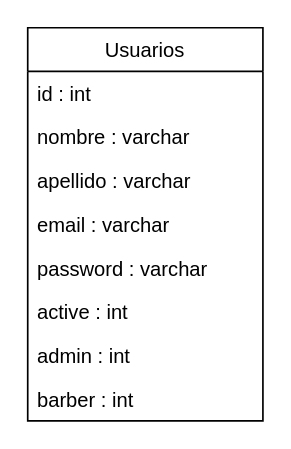
Earlier version of the draw.io diagram UML/db.drawio (SebastianDlaCruz/BarberApp). Source tidied: cells renumbered, new cells numbered last; positions are measured from the earlier drawing's top-left corner, leaving out a move shared by most shapes. Both pictures are drawn from the tidied source at 168%, with x=0, y=0 at pixel (27, 27).
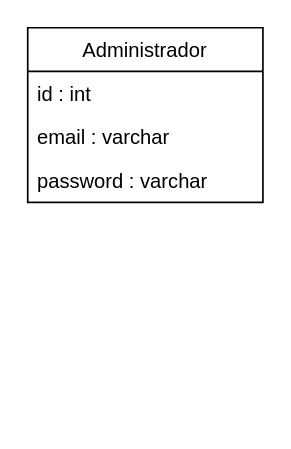
Above is the later version.

Commit message:
(edit)Tabla Usuarios

Diff of the diagram source:
```diff
@@
 <mxGraphModel>
   <root>
     <mxCell id="0" />
     <mxCell id="1" parent="0" />
-    <mxCell id="2" value="Usuarios" style="swimlane;fontStyle=0;horizontal=1;startSize=26;fillColor=none;" parent="1" vertex="1">
-      <mxGeometry width="140" height="234" as="geometry" />
+    <mxCell id="2" value="Administrador" style="swimlane;fontStyle=0;horizontal=1;startSize=26;fillColor=none;" parent="1" vertex="1">
+      <mxGeometry width="140" height="104" as="geometry" />
     </mxCell>
     <mxCell id="3" value="id : int" style="text;strokeColor=none;fillColor=none;align=left;verticalAlign=top;spacingLeft=4;spacingRight=4;overflow=hidden;" parent="2" vertex="1">
       <mxGeometry y="26" width="140" height="26" as="geometry" />
     </mxCell>
-    <mxCell id="4" value="nombre : varchar" style="text;strokeColor=none;fillColor=none;align=left;verticalAlign=top;spacingLeft=4;spacingRight=4;overflow=hidden;" parent="2" vertex="1">
-      <mxGeometry y="52" width="140" height="26" as="geometry" />
-    </mxCell>
-    <mxCell id="5" value="apellido : varchar" style="text;strokeColor=none;fillColor=none;align=left;verticalAlign=top;spacingLeft=4;spacingRight=4;overflow=hidden;" parent="2" vertex="1">
-      <mxGeometry y="78" width="140" height="26" as="geometry" />
-    </mxCell>
     <mxCell id="6" value="email : varchar" style="text;strokeColor=none;fillColor=none;align=left;verticalAlign=top;spacingLeft=4;spacingRight=4;overflow=hidden;" parent="2" vertex="1">
-      <mxGeometry y="104" width="140" height="26" as="geometry" />
+      <mxGeometry y="52" width="140" height="26" as="geometry" />
     </mxCell>
     <mxCell id="7" value="password : varchar" style="text;strokeColor=none;fillColor=none;align=left;verticalAlign=top;spacingLeft=4;spacingRight=4;overflow=hidden;" parent="2" vertex="1">
-      <mxGeometry y="130" width="140" height="26" as="geometry" />
+      <mxGeometry y="78" width="140" height="26" as="geometry" />
     </mxCell>
-    <mxCell id="8" value="active : int" style="text;strokeColor=none;fillColor=none;align=left;verticalAlign=top;spacingLeft=4;spacingRight=4;overflow=hidden;" parent="2" vertex="1">
-      <mxGeometry y="156" width="140" height="26" as="geometry" />
-    </mxCell>
-    <mxCell id="9" value="admin : int" style="text;strokeColor=none;fillColor=none;align=left;verticalAlign=top;spacingLeft=4;spacingRight=4;overflow=hidden;" parent="2" vertex="1">
-      <mxGeometry y="182" width="140" height="26" as="geometry" />
-    </mxCell>
-    <mxCell id="10" value="barber : int" style="text;strokeColor=none;fillColor=none;align=left;verticalAlign=top;spacingLeft=4;spacingRight=4;overflow=hidden;" parent="2" vertex="1">
-      <mxGeometry y="208" width="140" height="26" as="geometry" />
-    </mxCell>
   </root>
 </mxGraphModel>
```
